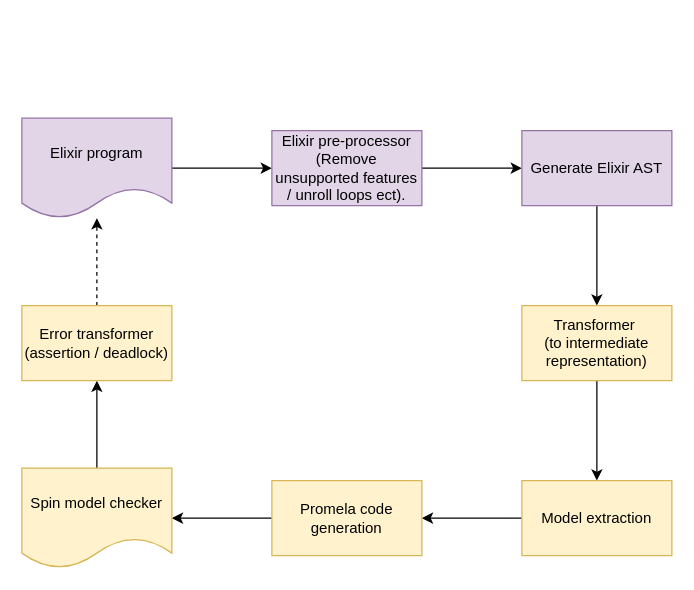
Before: designDocs/system_design_v0.drawio in matt-neave/verificationAwareElixir, a draw.io diagram. Source tidied: cells renumbered, new cells numbered last; positions are measured from the earlier drawing's top-left corner, leaving out a move shared by most shapes. Both pictures are drawn from the tidied source at 125%, with x=0, y=0 at pixel (21, 118).
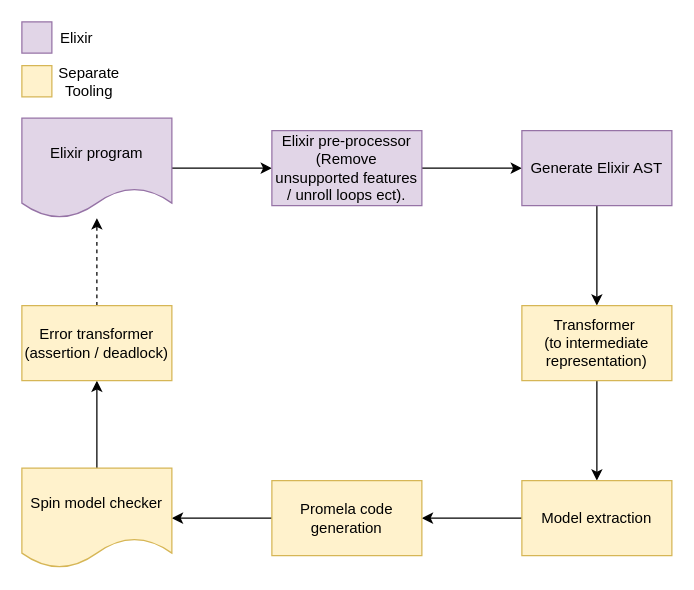
The same diagram, later.

The edit, as a diff of the source:
```diff
@@
+    <mxCell id="18" style="whiteSpace=wrap;html=1;fillColor=#e1d5e7;strokeColor=#9673a6;" parent="1" vertex="1">
+      <mxGeometry y="-77" width="24" height="25" as="geometry" />
+    </mxCell>
+    <mxCell id="19" style="whiteSpace=wrap;html=1;fillColor=#fff2cc;strokeColor=#d6b656;" parent="1" vertex="1">
+      <mxGeometry y="-42" width="24" height="25" as="geometry" />
+    </mxCell>
+    <mxCell id="20" value="Elixir" style="text;html=1;strokeColor=none;fillColor=none;align=center;verticalAlign=middle;whiteSpace=wrap;rounded=0;" parent="1" vertex="1">
+      <mxGeometry x="14" y="-77" width="60" height="25" as="geometry" />
+    </mxCell>
+    <mxCell id="21" value="Separate&lt;br&gt;Tooling" style="text;html=1;strokeColor=none;fillColor=none;align=center;verticalAlign=middle;whiteSpace=wrap;rounded=0;" parent="1" vertex="1">
+      <mxGeometry x="24" y="-42" width="60" height="25" as="geometry" />
+    </mxCell>
```
